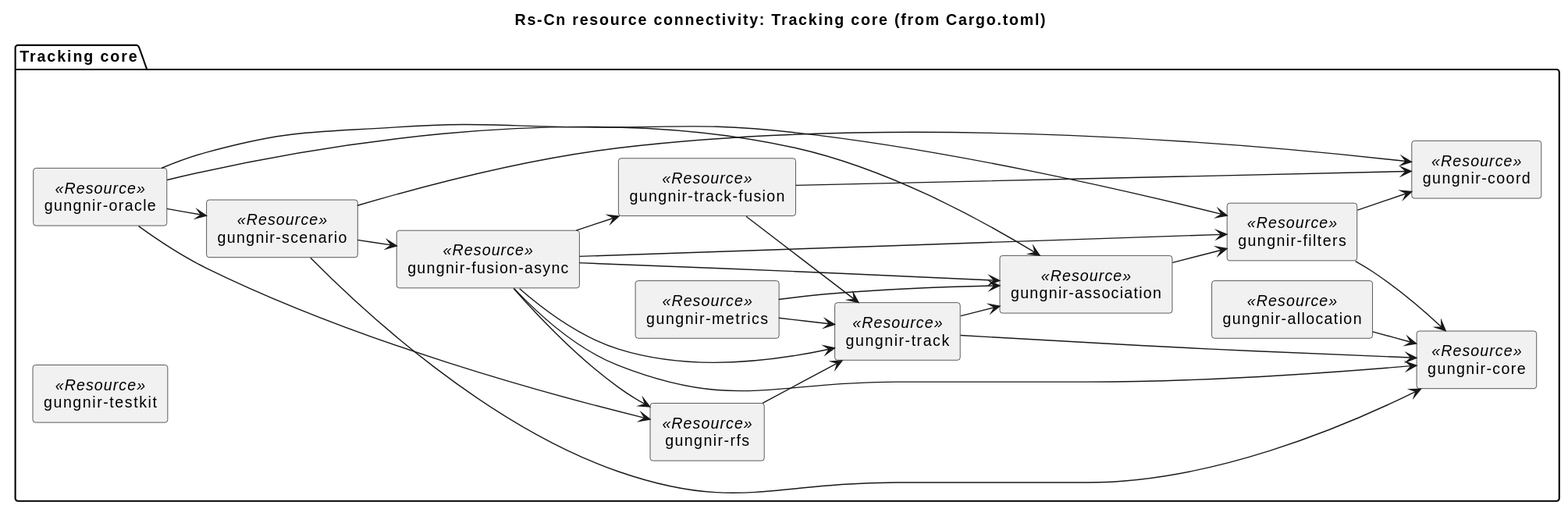
The PlantUML diagram docs/architecture/uaf/rendered/resources/Rs-Cn-tracking-core.svg in WayneRoessling/gungnir, before a commit.
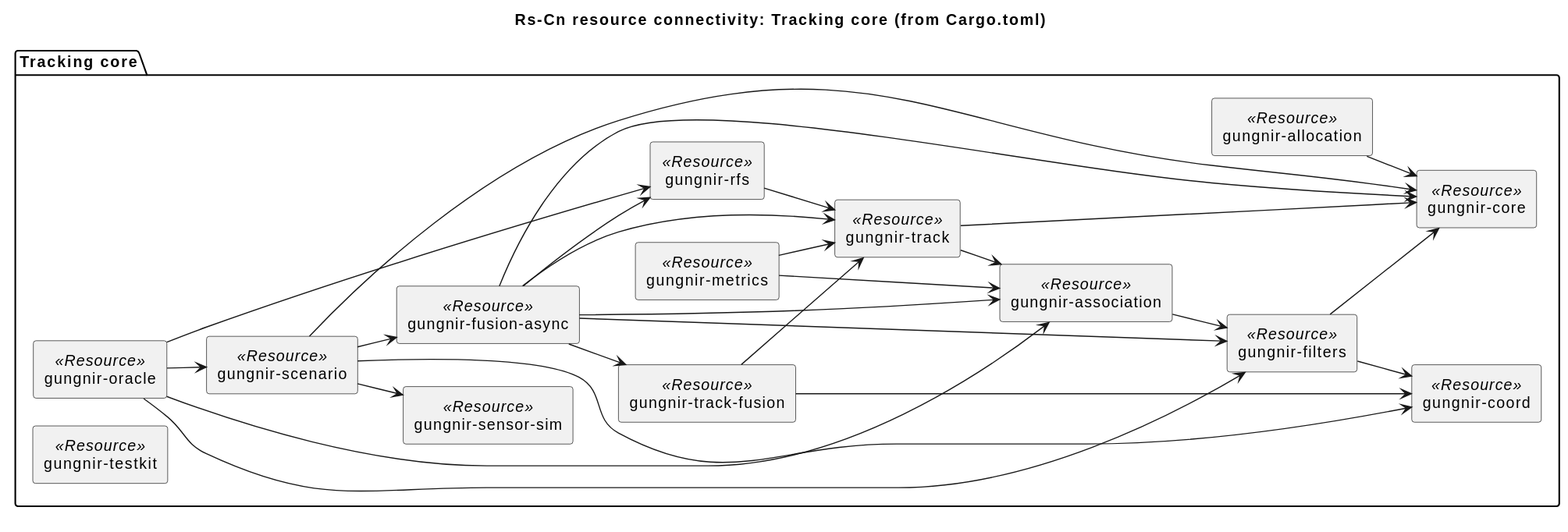
The same diagram one commit later.

The edit, as a diff of the source:
```diff
@@ -15,6 +15,7 @@
   component "gungnir-oracle" as RS_oracle <<Resource>>
   component "gungnir-rfs" as RS_rfs <<Resource>>
   component "gungnir-scenario" as RS_scenario <<Resource>>
+  component "gungnir-sensor-sim" as RS_sensor_sim <<Resource>>
   component "gungnir-testkit" as RS_testkit <<Resource>>
   component "gungnir-track-fusion" as RS_track_fusion <<Resource>>
   component "gungnir-track" as RS_track <<Resource>>
@@ -39,6 +40,7 @@
 RS_scenario --> RS_core
 RS_scenario --> RS_coord
 RS_scenario --> RS_fusion_async
+RS_scenario --> RS_sensor_sim
 RS_track_fusion --> RS_track
 RS_track_fusion --> RS_coord
 RS_track --> RS_core
```
